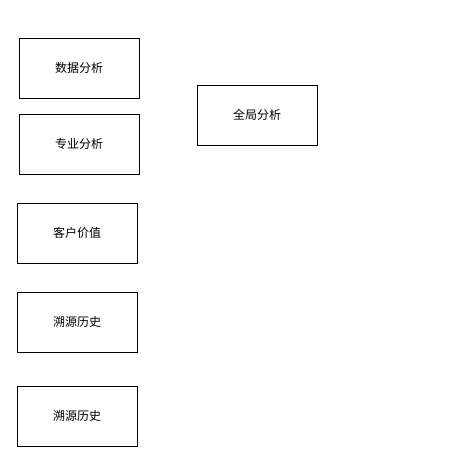
Above: docs/个人成长.drawio in lokiworks/codebase (draw.io), before the change. Source tidied: cells renumbered, new cells numbered last; positions are measured from the earlier drawing's top-left corner, leaving out a move shared by most shapes. Both pictures are drawn from the tidied source at 100%, with x=0, y=0 at pixel (17, 38).
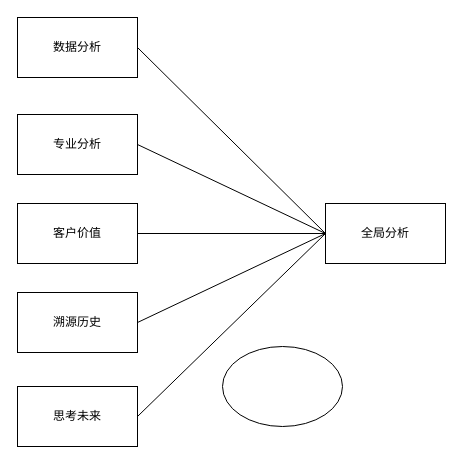
The same diagram, later.

Diff of the diagram source:
```diff
@@
 <mxGraphModel>
   <root>
     <mxCell id="0" />
     <mxCell id="1" parent="0" />
     <mxCell id="2" value="全局分析" style="rounded=0;whiteSpace=wrap;html=1;" parent="1" vertex="1">
-      <mxGeometry x="180" y="47" width="120" height="60" as="geometry" />
+      <mxGeometry x="308" y="165" width="120" height="60" as="geometry" />
     </mxCell>
+    <mxCell id="8" style="rounded=0;jettySize=auto;html=1;exitX=1;exitY=0.5;exitDx=0;exitDy=0;entryX=0;entryY=0.5;entryDx=0;entryDy=0;endArrow=none;endFill=0;" parent="1" edge="1" source="3" target="2">
+      <mxGeometry relative="1" as="geometry" />
+    </mxCell>
     <mxCell id="3" value="数据分析" style="rounded=0;whiteSpace=wrap;html=1;" parent="1" vertex="1">
-      <mxGeometry x="2" width="120" height="60" as="geometry" />
+      <mxGeometry y="-21" width="120" height="60" as="geometry" />
     </mxCell>
+    <mxCell id="9" style="edgeStyle=none;rounded=0;jettySize=auto;html=1;exitX=1;exitY=0.5;exitDx=0;exitDy=0;entryX=0;entryY=0.5;entryDx=0;entryDy=0;endArrow=none;endFill=0;" parent="1" edge="1" source="4" target="2">
+      <mxGeometry relative="1" as="geometry" />
+    </mxCell>
     <mxCell id="4" value="专业分析" style="rounded=0;whiteSpace=wrap;html=1;" parent="1" vertex="1">
-      <mxGeometry x="2" y="76" width="120" height="60" as="geometry" />
+      <mxGeometry y="76" width="120" height="60" as="geometry" />
     </mxCell>
+    <mxCell id="10" style="edgeStyle=none;rounded=0;jettySize=auto;html=1;exitX=1;exitY=0.5;exitDx=0;exitDy=0;endArrow=none;endFill=0;" parent="1" edge="1" source="5" target="2">
+      <mxGeometry relative="1" as="geometry" />
+    </mxCell>
     <mxCell id="5" value="客户价值" style="rounded=0;whiteSpace=wrap;html=1;" parent="1" vertex="1">
       <mxGeometry y="165" width="120" height="60" as="geometry" />
     </mxCell>
+    <mxCell id="11" style="edgeStyle=none;rounded=0;jettySize=auto;html=1;entryX=0;entryY=0.5;entryDx=0;entryDy=0;endArrow=none;endFill=0;exitX=1;exitY=0.5;exitDx=0;exitDy=0;" parent="1" edge="1" source="6" target="2">
+      <mxGeometry relative="1" as="geometry" />
+    </mxCell>
     <mxCell id="6" value="溯源历史" style="rounded=0;whiteSpace=wrap;html=1;" parent="1" vertex="1">
       <mxGeometry y="254" width="120" height="60" as="geometry" />
     </mxCell>
+    <mxCell id="12" style="edgeStyle=none;rounded=0;jettySize=auto;html=1;exitX=1;exitY=0.5;exitDx=0;exitDy=0;entryX=0;entryY=0.5;entryDx=0;entryDy=0;endArrow=none;endFill=0;" parent="1" edge="1" source="7" target="2">
+      <mxGeometry relative="1" as="geometry" />
+    </mxCell>
-    <mxCell id="7" value="溯源历史" style="rounded=0;whiteSpace=wrap;html=1;" parent="1" vertex="1">
+    <mxCell id="7" value="思考未来" style="rounded=0;whiteSpace=wrap;html=1;" parent="1" vertex="1">
       <mxGeometry y="348" width="120" height="60" as="geometry" />
     </mxCell>
+    <mxCell id="13" style="ellipse;whiteSpace=wrap;html=1;" parent="1" vertex="1">
+      <mxGeometry x="205" y="308" width="120" height="80" as="geometry" />
+    </mxCell>
   </root>
 </mxGraphModel>
```
